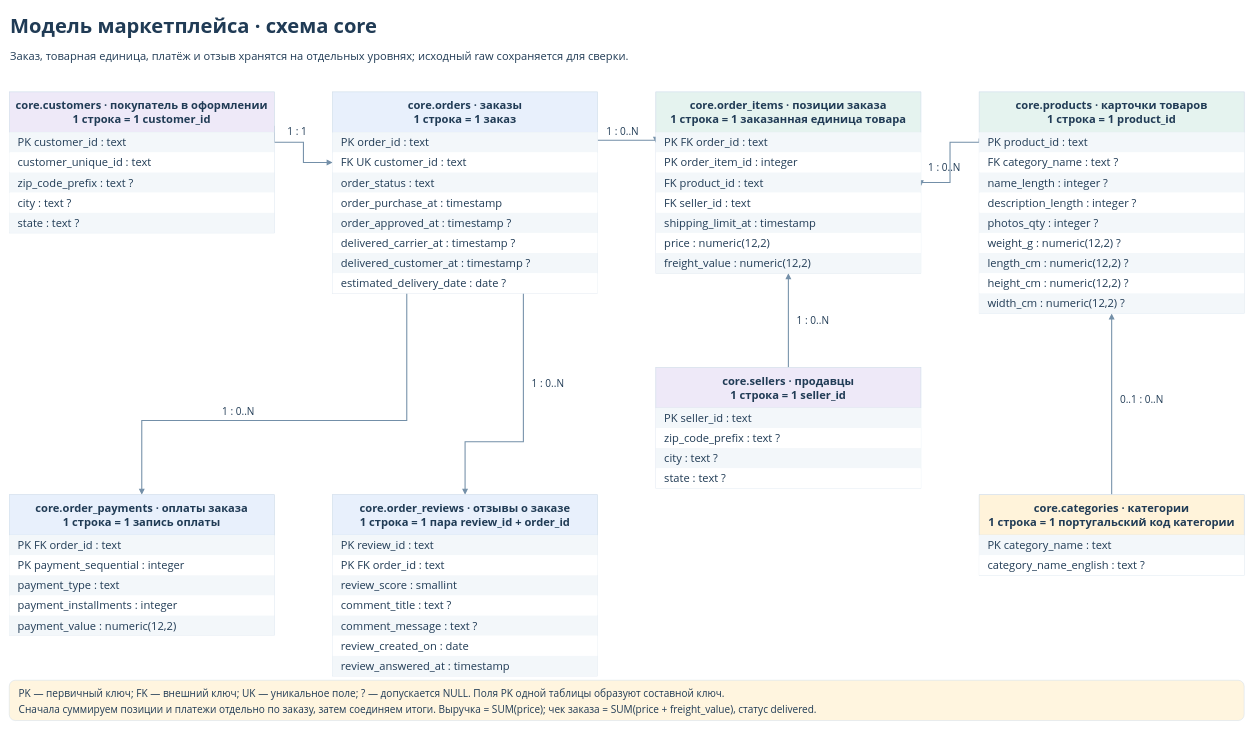
Above: docs/core_model.drawio in klarty-n/zagigalochki_rwb (draw.io), before the change. Source tidied: cells renumbered, new cells numbered last; positions are measured from the earlier drawing's top-left corner, leaving out a move shared by most shapes. Both pictures are drawn from the tidied source at 53%, with x=0, y=0 at pixel (9, 9).
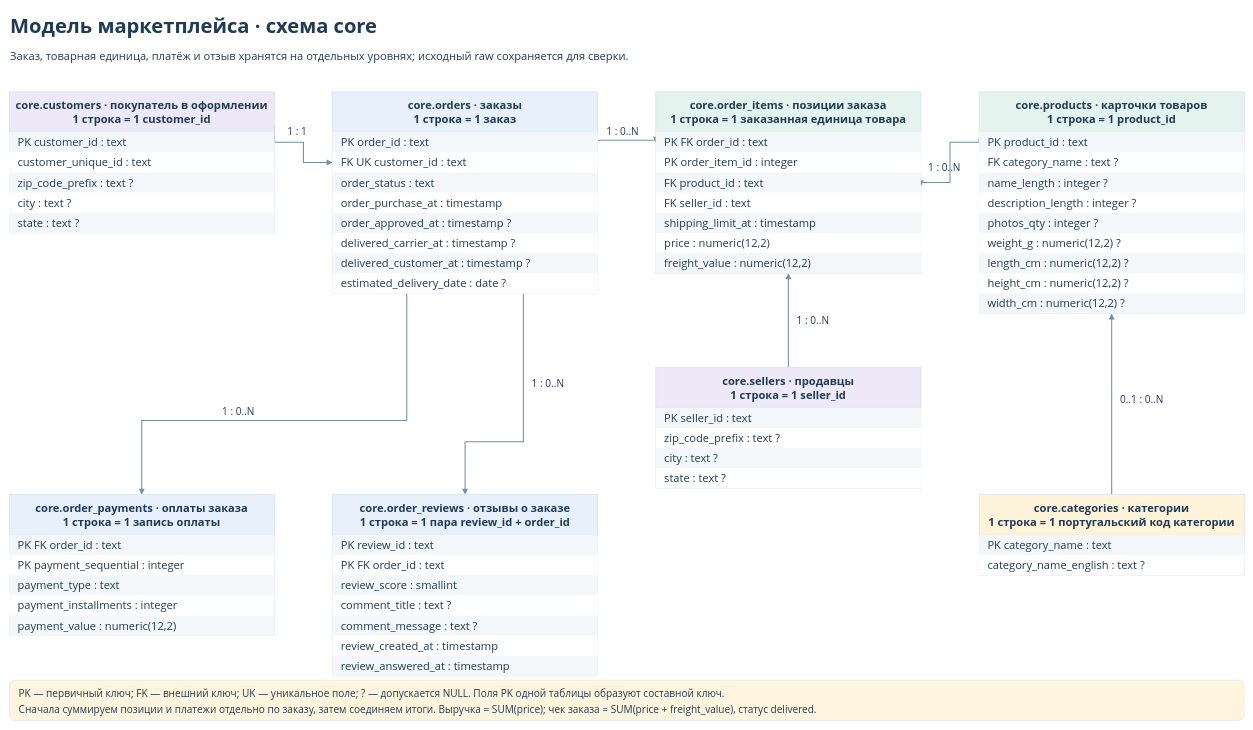
The same page after the edit.

Commit message (it also covers changes not shown here):
database upd date

The change refers to these unchanged cells:
```xml
<mxCell id="68" style="fillColor=none;strokeColor=#d3dfeb;strokeWidth=1;" parent="1" vertex="1">
  <mxGeometry x="610" y="916" width="500" height="342" as="geometry" />
</mxCell>
```

Change to the diagram source:
```diff
@@
-    <mxCell id="75" value="review_created_on : date" style="whiteSpace=wrap;html=0;align=left;verticalAlign=middle;spacingLeft=14;fillColor=#ffffff;strokeColor=none;fontColor=#203b55;fontFamily=Segoe UI;fontSize=21;" parent="68" vertex="1">
+    <mxCell id="75" value="review_created_at : timestamp" style="whiteSpace=wrap;html=0;align=left;verticalAlign=middle;spacingLeft=14;fillColor=#ffffff;strokeColor=none;fontColor=#203b55;fontFamily=Segoe UI;fontSize=21;" parent="68" vertex="1">
       <mxGeometry y="266" width="500" height="38" as="geometry" />
     </mxCell>
```
